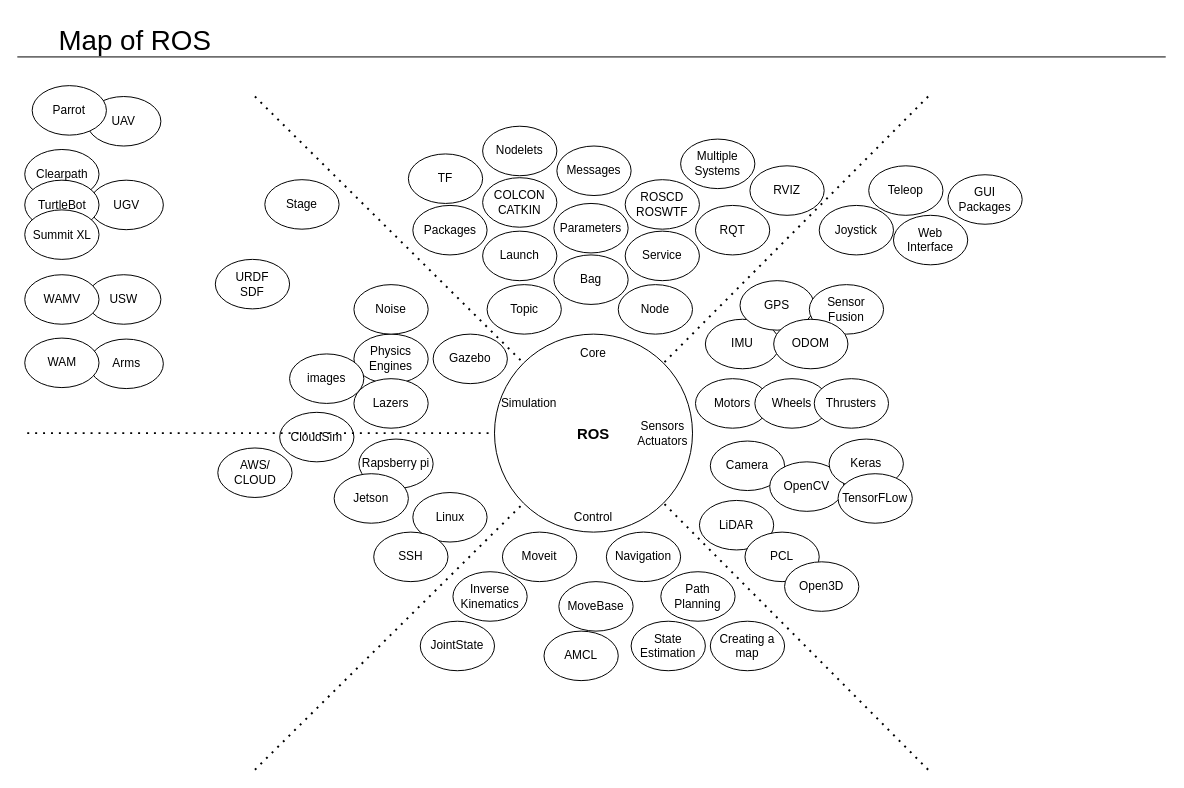
Earlier version of the draw.io diagram ros_overview.drawio (AM1010101/ros_notes). Source tidied: cells renumbered, new cells numbered last; positions are measured from the earlier drawing's top-left corner, leaving out a move shared by most shapes. Both pictures are drawn from the tidied source at 99%, with x=0, y=0 at pixel (17, 17).
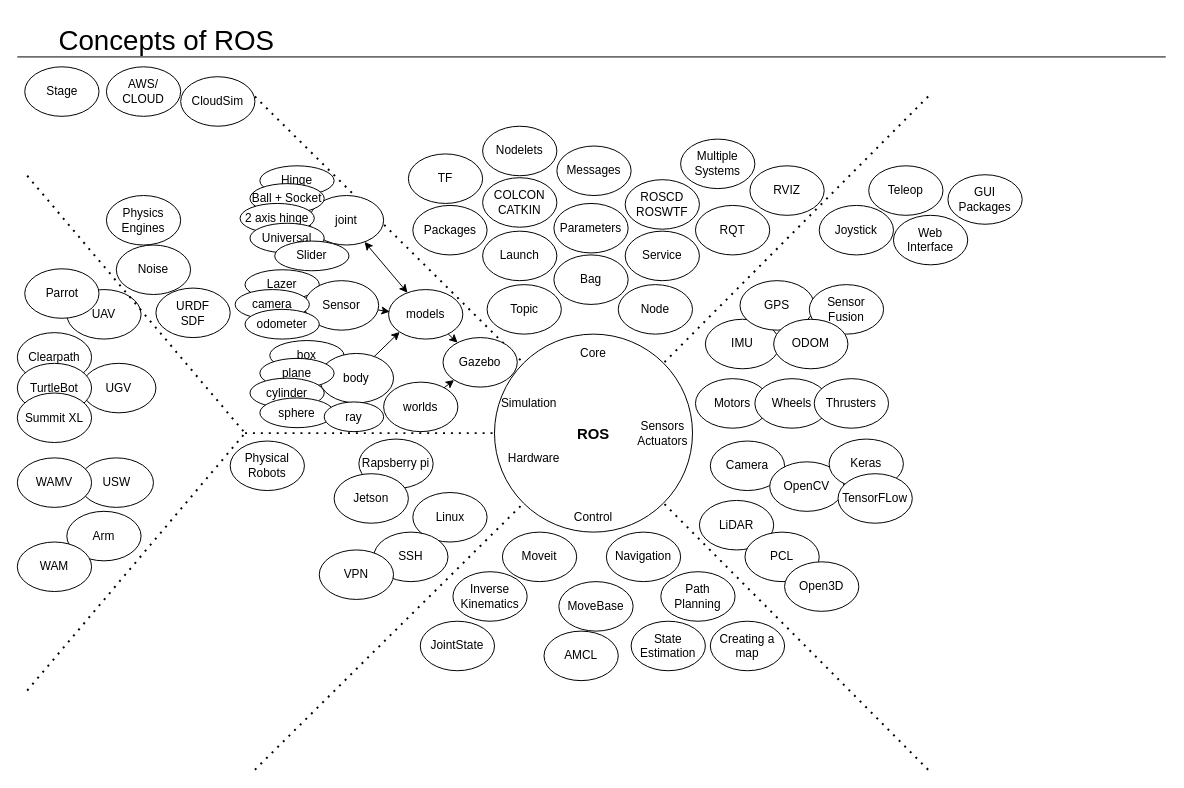
The same page after the edit.

Unchanged cells that the change refers to:
```xml
<mxCell id="6" value="&lt;b&gt;&lt;font style=&quot;font-size: 15px&quot;&gt;ROS&lt;/font&gt;&lt;/b&gt;" style="ellipse;whiteSpace=wrap;html=1;" parent="1" vertex="1">
  <mxGeometry x="482" y="320" width="200" height="200" as="geometry" />
</mxCell>
```

Change to the diagram source:
```diff
@@
+    <mxCell id="79" value="Hinge" style="ellipse;whiteSpace=wrap;html=1;" parent="1" vertex="1">
+      <mxGeometry x="245" y="150" width="75" height="30" as="geometry" />
+    </mxCell>
-    <mxCell id="2" value="Arms" style="ellipse;whiteSpace=wrap;html=1;" parent="1" vertex="1">
-      <mxGeometry x="72.5" y="325" width="75" height="50" as="geometry" />
+    <mxCell id="2" value="Arm" style="ellipse;whiteSpace=wrap;html=1;" parent="1" vertex="1">
+      <mxGeometry x="50" y="499" width="75" height="50" as="geometry" />
     </mxCell>
     <mxCell id="3" value="USW" style="ellipse;whiteSpace=wrap;html=1;" parent="1" vertex="1">
-      <mxGeometry x="70" y="260" width="75" height="50" as="geometry" />
+      <mxGeometry x="62.5" y="445" width="75" height="50" as="geometry" />
     </mxCell>
@@
-    <mxCell id="5" value="Map of ROS" style="text;html=1;strokeColor=none;fillColor=none;align=left;verticalAlign=top;whiteSpace=wrap;rounded=0;fontSize=28;" parent="1" vertex="1">
+    <mxCell id="5" value="Concepts of ROS" style="text;html=1;strokeColor=none;fillColor=none;align=left;verticalAlign=top;whiteSpace=wrap;rounded=0;fontSize=28;" parent="1" vertex="1">
       <mxGeometry x="40" width="400" height="30" as="geometry" />
     </mxCell>
@@
     <mxCell id="26" value="Gazebo" style="ellipse;whiteSpace=wrap;html=1;" parent="1" vertex="1">
-      <mxGeometry x="420" y="320" width="75" height="50" as="geometry" />
+      <mxGeometry x="430" y="323.5" width="75" height="50" as="geometry" />
     </mxCell>
@@
     <mxCell id="35" value="URDF&lt;br&gt;SDF" style="ellipse;whiteSpace=wrap;html=1;" parent="1" vertex="1">
-      <mxGeometry x="200" y="244.5" width="75" height="50" as="geometry" />
+      <mxGeometry x="140" y="273.5" width="75" height="50" as="geometry" />
     </mxCell>
@@
     <mxCell id="40" value="CloudSim" style="ellipse;whiteSpace=wrap;html=1;" parent="1" vertex="1">
-      <mxGeometry x="265" y="399" width="75" height="50" as="geometry" />
+      <mxGeometry x="165" y="60" width="75" height="50" as="geometry" />
     </mxCell>
     <mxCell id="41" value="Physics&lt;br&gt;Engines" style="ellipse;whiteSpace=wrap;html=1;" parent="1" vertex="1">
-      <mxGeometry x="340" y="320" width="75" height="50" as="geometry" />
+      <mxGeometry x="90" y="180" width="75" height="50" as="geometry" />
     </mxCell>
@@
     <mxCell id="50" value="Stage" style="ellipse;whiteSpace=wrap;html=1;" parent="1" vertex="1">
-      <mxGeometry x="250" y="164" width="75" height="50" as="geometry" />
+      <mxGeometry x="7.5" y="50" width="75" height="50" as="geometry" />
     </mxCell>
@@
     <mxCell id="55" value="UGV" style="ellipse;whiteSpace=wrap;html=1;" parent="1" vertex="1">
-      <mxGeometry x="72.5" y="164.5" width="75" height="50" as="geometry" />
+      <mxGeometry x="65" y="349.5" width="75" height="50" as="geometry" />
     </mxCell>
     <mxCell id="56" value="Clearpath" style="ellipse;whiteSpace=wrap;html=1;" parent="1" vertex="1">
-      <mxGeometry x="7.5" y="133.5" width="75" height="50" as="geometry" />
+      <mxGeometry y="318.5" width="75" height="50" as="geometry" />
     </mxCell>
     <mxCell id="57" value="TurtleBot" style="ellipse;whiteSpace=wrap;html=1;" parent="1" vertex="1">
-      <mxGeometry x="7.5" y="164.5" width="75" height="50" as="geometry" />
+      <mxGeometry y="349.5" width="75" height="50" as="geometry" />
     </mxCell>
     <mxCell id="58" value="UAV" style="ellipse;whiteSpace=wrap;html=1;" parent="1" vertex="1">
-      <mxGeometry x="70" y="80" width="75" height="50" as="geometry" />
+      <mxGeometry x="50" y="275" width="75" height="50" as="geometry" />
     </mxCell>
@@
     <mxCell id="65" value="Summit XL" style="ellipse;whiteSpace=wrap;html=1;" parent="1" vertex="1">
-      <mxGeometry x="7.5" y="194.5" width="75" height="50" as="geometry" />
+      <mxGeometry y="379.5" width="75" height="50" as="geometry" />
     </mxCell>
     <mxCell id="66" value="Parrot" style="ellipse;whiteSpace=wrap;html=1;" parent="1" vertex="1">
-      <mxGeometry x="15" y="69" width="75" height="50" as="geometry" />
+      <mxGeometry x="7.5" y="254" width="75" height="50" as="geometry" />
     </mxCell>
     <mxCell id="67" value="WAMV" style="ellipse;whiteSpace=wrap;html=1;" parent="1" vertex="1">
-      <mxGeometry x="7.5" y="260" width="75" height="50" as="geometry" />
+      <mxGeometry y="445" width="75" height="50" as="geometry" />
     </mxCell>
     <mxCell id="68" value="WAM" style="ellipse;whiteSpace=wrap;html=1;" parent="1" vertex="1">
-      <mxGeometry x="7.5" y="324" width="75" height="50" as="geometry" />
+      <mxGeometry y="530" width="75" height="50" as="geometry" />
     </mxCell>
     <mxCell id="69" value="Noise" style="ellipse;whiteSpace=wrap;html=1;" parent="1" vertex="1">
-      <mxGeometry x="340" y="270" width="75" height="50" as="geometry" />
+      <mxGeometry x="100" y="230" width="75" height="50" as="geometry" />
     </mxCell>
-    <mxCell id="70" value="Lazers" style="ellipse;whiteSpace=wrap;html=1;" parent="1" vertex="1">
-      <mxGeometry x="340" y="365" width="75" height="50" as="geometry" />
+    <mxCell id="70" value="Lazer" style="ellipse;whiteSpace=wrap;html=1;" parent="1" vertex="1">
+      <mxGeometry x="230" y="255" width="75" height="30" as="geometry" />
     </mxCell>
-    <mxCell id="71" value="images" style="ellipse;whiteSpace=wrap;html=1;" parent="1" vertex="1">
-      <mxGeometry x="275" y="340" width="75" height="50" as="geometry" />
-    </mxCell>
     <mxCell id="72" style="endArrow=none;dashed=1;html=1;dashPattern=1 3;strokeWidth=2;rounded=0;entryX=0;entryY=0.5;entryDx=0;entryDy=0;" parent="1" edge="1" target="6">
       <mxGeometry relative="1" as="geometry">
-        <mxPoint x="10" y="420" as="sourcePoint" />
+        <mxPoint x="230" y="420" as="sourcePoint" />
       </mxGeometry>
     </mxCell>
@@
     <mxCell id="77" value="AWS/&lt;br&gt;CLOUD" style="ellipse;whiteSpace=wrap;html=1;" parent="1" vertex="1">
-      <mxGeometry x="202.5" y="435" width="75" height="50" as="geometry" />
+      <mxGeometry x="90" y="50" width="75" height="50" as="geometry" />
     </mxCell>
@@
+    <mxCell id="80" value="Hardware" style="text;html=1;strokeColor=none;fillColor=none;align=center;verticalAlign=middle;whiteSpace=wrap;rounded=0;" parent="1" vertex="1">
+      <mxGeometry x="492" y="431" width="60" height="30" as="geometry" />
+    </mxCell>
+    <mxCell id="81" style="endArrow=none;dashed=1;html=1;dashPattern=1 3;strokeWidth=2;rounded=0;" parent="1" edge="1">
+      <mxGeometry relative="1" as="geometry">
+        <mxPoint x="10" y="160" as="sourcePoint" />
+        <mxPoint x="230" y="420" as="targetPoint" />
+      </mxGeometry>
+    </mxCell>
+    <mxCell id="82" style="endArrow=none;dashed=1;html=1;dashPattern=1 3;strokeWidth=2;rounded=0;" parent="1" edge="1">
+      <mxGeometry relative="1" as="geometry">
+        <mxPoint x="10" y="680" as="sourcePoint" />
+        <mxPoint x="230" y="420" as="targetPoint" />
+      </mxGeometry>
+    </mxCell>
+    <mxCell id="83" value="Physical Robots" style="ellipse;whiteSpace=wrap;html=1;" parent="1" vertex="1">
+      <mxGeometry x="215" y="428" width="75" height="50" as="geometry" />
+    </mxCell>
+    <mxCell id="84" style="edgeStyle=none;rounded=0;jettySize=auto;html=1;entryX=0;entryY=1;entryDx=0;entryDy=0;" parent="1" edge="1" source="85" target="26">
+      <mxGeometry relative="1" as="geometry" />
+    </mxCell>
+    <mxCell id="85" value="worlds" style="ellipse;whiteSpace=wrap;html=1;" parent="1" vertex="1">
+      <mxGeometry x="370" y="368.5" width="75" height="50" as="geometry" />
+    </mxCell>
+    <mxCell id="86" style="edgeStyle=none;rounded=0;jettySize=auto;html=1;" parent="1" edge="1" source="87" target="26">
+      <mxGeometry relative="1" as="geometry" />
+    </mxCell>
+    <mxCell id="87" value="models" style="ellipse;whiteSpace=wrap;html=1;" parent="1" vertex="1">
+      <mxGeometry x="375" y="275" width="75" height="50" as="geometry" />
+    </mxCell>
+    <mxCell id="88" style="rounded=0;jettySize=auto;html=1;startArrow=classic;startFill=1;" parent="1" edge="1" source="89" target="87">
+      <mxGeometry relative="1" as="geometry" />
+    </mxCell>
+    <mxCell id="89" value="joint" style="ellipse;whiteSpace=wrap;html=1;" parent="1" vertex="1">
+      <mxGeometry x="295" y="180" width="75" height="50" as="geometry" />
+    </mxCell>
+    <mxCell id="90" style="edgeStyle=none;rounded=0;jettySize=auto;html=1;entryX=0.016;entryY=0.447;entryDx=0;entryDy=0;entryPerimeter=0;" parent="1" edge="1" source="91" target="87">
+      <mxGeometry relative="1" as="geometry" />
+    </mxCell>
+    <mxCell id="91" value="Sensor" style="ellipse;whiteSpace=wrap;html=1;" parent="1" vertex="1">
+      <mxGeometry x="290" y="266" width="75" height="50" as="geometry" />
+    </mxCell>
+    <mxCell id="92" style="edgeStyle=none;rounded=0;jettySize=auto;html=1;entryX=0;entryY=1;entryDx=0;entryDy=0;exitX=0.729;exitY=0.079;exitDx=0;exitDy=0;exitPerimeter=0;" parent="1" edge="1" source="101" target="87">
+      <mxGeometry relative="1" as="geometry" />
+    </mxCell>
+    <mxCell id="93" value="camera" style="ellipse;whiteSpace=wrap;html=1;" parent="1" vertex="1">
+      <mxGeometry x="220" y="275" width="75" height="30" as="geometry" />
+    </mxCell>
+    <mxCell id="94" value="odometer" style="ellipse;whiteSpace=wrap;html=1;" parent="1" vertex="1">
+      <mxGeometry x="230" y="295" width="75" height="30" as="geometry" />
+    </mxCell>
+    <mxCell id="95" value="Ball + Socket" style="ellipse;whiteSpace=wrap;html=1;" parent="1" vertex="1">
+      <mxGeometry x="235" y="168" width="75" height="30" as="geometry" />
+    </mxCell>
+    <mxCell id="96" value="2 axis hinge" style="ellipse;whiteSpace=wrap;html=1;" parent="1" vertex="1">
+      <mxGeometry x="225" y="188" width="75" height="30" as="geometry" />
+    </mxCell>
+    <mxCell id="97" value="Universal" style="ellipse;whiteSpace=wrap;html=1;" parent="1" vertex="1">
+      <mxGeometry x="235" y="208" width="75" height="30" as="geometry" />
+    </mxCell>
+    <mxCell id="98" value="Slider" style="ellipse;whiteSpace=wrap;html=1;" parent="1" vertex="1">
+      <mxGeometry x="260" y="226" width="75" height="30" as="geometry" />
+    </mxCell>
+    <mxCell id="99" value="VPN" style="ellipse;whiteSpace=wrap;html=1;" parent="1" vertex="1">
+      <mxGeometry x="305" y="538" width="75" height="50" as="geometry" />
+    </mxCell>
+    <mxCell id="100" value="box" style="ellipse;whiteSpace=wrap;html=1;" parent="1" vertex="1">
+      <mxGeometry x="255" y="326.5" width="75" height="30" as="geometry" />
+    </mxCell>
+    <mxCell id="101" value="body" style="ellipse;whiteSpace=wrap;html=1;" parent="1" vertex="1">
+      <mxGeometry x="305" y="339.5" width="75" height="50" as="geometry" />
+    </mxCell>
+    <mxCell id="102" value="plane" style="ellipse;whiteSpace=wrap;html=1;" parent="1" vertex="1">
+      <mxGeometry x="245" y="344.5" width="75" height="30" as="geometry" />
+    </mxCell>
+    <mxCell id="103" value="cylinder" style="ellipse;whiteSpace=wrap;html=1;" parent="1" vertex="1">
+      <mxGeometry x="235" y="364.5" width="75" height="30" as="geometry" />
+    </mxCell>
+    <mxCell id="104" value="sphere" style="ellipse;whiteSpace=wrap;html=1;" parent="1" vertex="1">
+      <mxGeometry x="245" y="384.5" width="75" height="30" as="geometry" />
+    </mxCell>
+    <mxCell id="105" value="ray" style="ellipse;whiteSpace=wrap;html=1;" parent="1" vertex="1">
+      <mxGeometry x="310" y="388.5" width="60" height="30" as="geometry" />
+    </mxCell>
```
